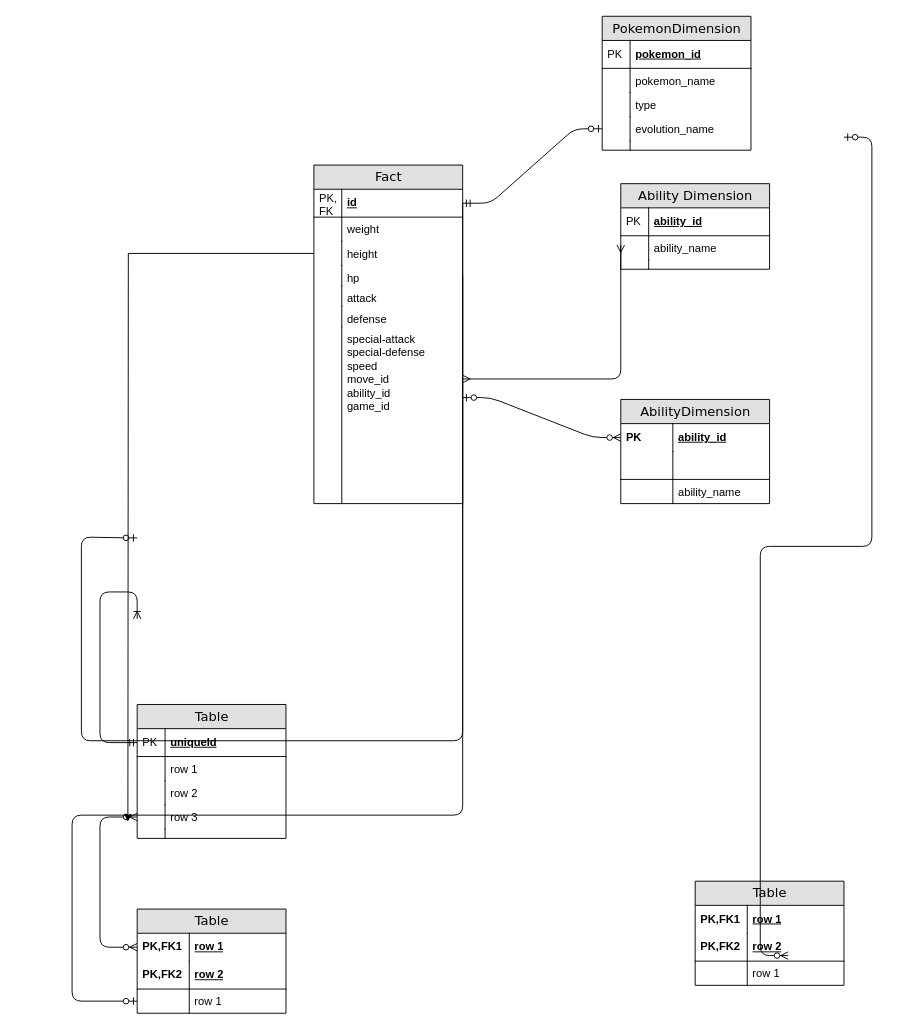
Before: Untitled Diagram.drawio in imranmahmood-mba/pokemon_spark_project, a draw.io diagram. Source tidied: cells renumbered, new cells numbered last; positions are measured from the earlier drawing's top-left corner, leaving out a move shared by most shapes. Both pictures are drawn from the tidied source at 93%, with x=0, y=0 at pixel (72, 16).
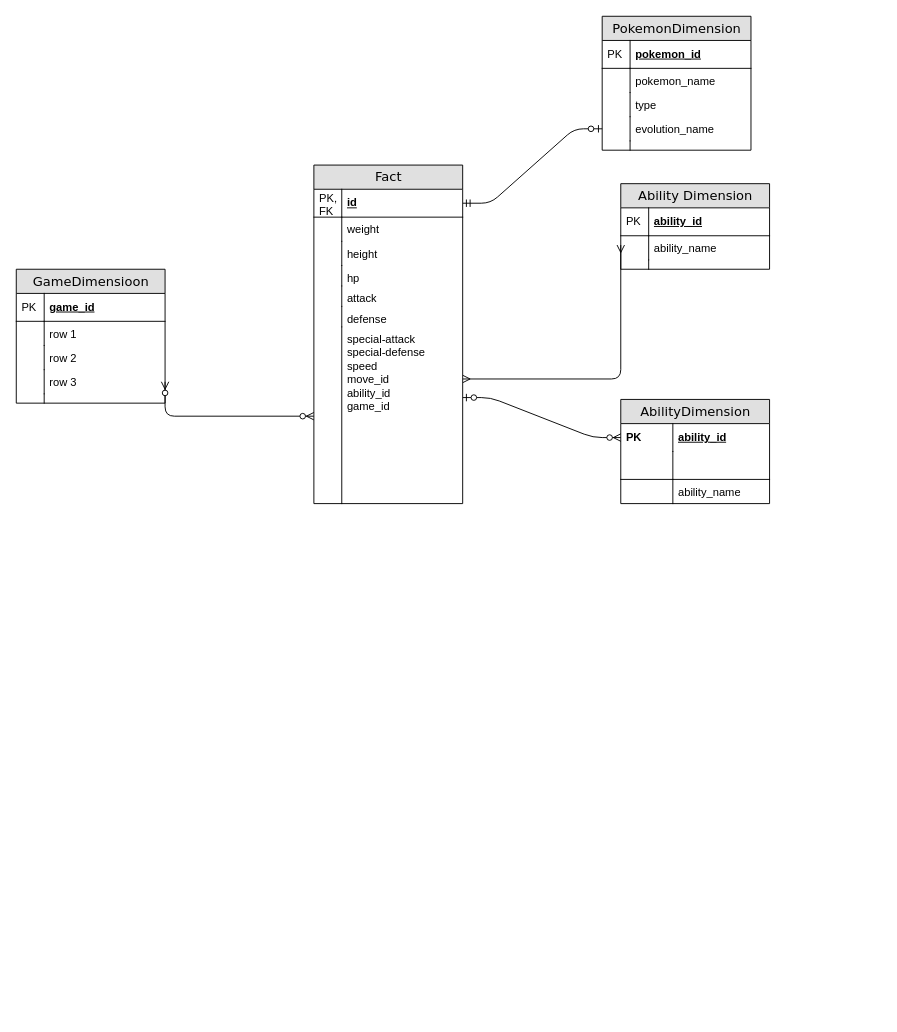
After the change.

Unchanged cells that the change refers to:
```xml
<mxCell id="16" value="row 3" style="shape=partialRectangle;top=0;left=0;right=0;bottom=0;html=1;align=left;verticalAlign=top;fillColor=none;spacingLeft=34;spacingRight=4;whiteSpace=wrap;overflow=hidden;points=[[0,0.5],[1,0.5]];portConstraint=eastwest;" parent="9" vertex="1">
  <mxGeometry y="108" width="160" height="26" as="geometry" />
</mxCell>
<mxCell id="59" value="id" style="shape=partialRectangle;top=0;left=0;right=0;bottom=1;html=1;align=left;verticalAlign=middle;fillColor=none;spacingLeft=34;spacingRight=4;whiteSpace=wrap;overflow=hidden;points=[[0,0.5],[1,0.5]];portConstraint=eastwest;fontStyle=5;" parent="58" vertex="1">
  <mxGeometry y="26" width="160" height="30" as="geometry" />
</mxCell>
<mxCell id="63" value="height" style="shape=partialRectangle;top=0;left=0;right=0;bottom=0;html=1;align=left;verticalAlign=top;fillColor=none;spacingLeft=34;spacingRight=4;whiteSpace=wrap;overflow=hidden;points=[[0,0.5],[1,0.5]];portConstraint=eastwest;" parent="58" vertex="1">
  <mxGeometry y="82" width="160" height="26" as="geometry" />
</mxCell>
<mxCell id="65" value="hp" style="shape=partialRectangle;top=0;left=0;right=0;bottom=0;html=1;align=left;verticalAlign=top;fillColor=none;spacingLeft=34;spacingRight=4;whiteSpace=wrap;overflow=hidden;points=[[0,0.5],[1,0.5]];portConstraint=eastwest;" parent="58" vertex="1">
  <mxGeometry y="108" width="160" height="22" as="geometry" />
</mxCell>
<mxCell id="71" value="special-attack&lt;br&gt;special-defense&lt;br&gt;speed&lt;br&gt;move_id&lt;br&gt;ability_id&lt;br&gt;game_id" style="shape=partialRectangle;top=0;left=0;right=0;bottom=0;html=1;align=left;verticalAlign=top;fillColor=none;spacingLeft=34;spacingRight=4;whiteSpace=wrap;overflow=hidden;points=[[0,0.5],[1,0.5]];portConstraint=eastwest;" parent="58" vertex="1">
  <mxGeometry y="174" width="160" height="190" as="geometry" />
</mxCell>
```

Change to the diagram source:
```diff
@@
-    <mxCell id="9" value="Table" style="swimlane;html=1;fontStyle=0;horizontal=1;startSize=26;fillColor=#e0e0e0;swimlaneFillColor=#ffffff;align=center;rounded=0;shadow=0;comic=0;labelBackgroundColor=none;strokeWidth=1;fontFamily=Verdana;fontSize=14;" parent="1" vertex="1">
-      <mxGeometry x="70" y="740" width="160" height="144" as="geometry" />
+    <mxCell id="9" value="GameDimensioon" style="swimlane;html=1;fontStyle=0;horizontal=1;startSize=26;fillColor=#e0e0e0;swimlaneFillColor=#ffffff;align=center;rounded=0;shadow=0;comic=0;labelBackgroundColor=none;strokeWidth=1;fontFamily=Verdana;fontSize=14;" parent="1" vertex="1">
+      <mxGeometry x="-60" y="272" width="160" height="144" as="geometry" />
     </mxCell>
-    <mxCell id="10" value="uniqueId" style="shape=partialRectangle;top=0;left=0;right=0;bottom=1;html=1;align=left;verticalAlign=middle;fillColor=none;spacingLeft=34;spacingRight=4;whiteSpace=wrap;overflow=hidden;points=[[0,0.5],[1,0.5]];portConstraint=eastwest;fontStyle=5;" parent="9" vertex="1">
+    <mxCell id="10" value="game_id" style="shape=partialRectangle;top=0;left=0;right=0;bottom=1;html=1;align=left;verticalAlign=middle;fillColor=none;spacingLeft=34;spacingRight=4;whiteSpace=wrap;overflow=hidden;points=[[0,0.5],[1,0.5]];portConstraint=eastwest;fontStyle=5;" parent="9" vertex="1">
       <mxGeometry y="26" width="160" height="30" as="geometry" />
     </mxCell>
@@
-    <mxCell id="38" value="Table" style="swimlane;html=1;fontStyle=0;horizontal=1;startSize=26;fillColor=#e0e0e0;swimlaneFillColor=#ffffff;align=center;rounded=0;shadow=0;comic=0;labelBackgroundColor=none;strokeWidth=1;fontFamily=Verdana;fontSize=14;" parent="1" vertex="1">
-      <mxGeometry x="70" y="960" width="160" height="112" as="geometry" />
-    </mxCell>
-    <mxCell id="39" value="row 1" style="shape=partialRectangle;top=0;left=0;right=0;bottom=0;html=1;align=left;verticalAlign=middle;fillColor=none;spacingLeft=60;spacingRight=4;whiteSpace=wrap;overflow=hidden;points=[[0,0.5],[1,0.5]];portConstraint=eastwest;fontStyle=5;" parent="38" vertex="1">
-      <mxGeometry y="26" width="160" height="30" as="geometry" />
-    </mxCell>
-    <mxCell id="40" value="PK,FK1" style="shape=partialRectangle;fontStyle=1;top=0;left=0;bottom=0;html=1;fillColor=none;align=left;verticalAlign=middle;spacingLeft=4;spacingRight=4;whiteSpace=wrap;overflow=hidden;" parent="39" vertex="1">
-      <mxGeometry width="56" height="30" as="geometry" />
-    </mxCell>
-    <mxCell id="41" value="row 2" style="shape=partialRectangle;top=0;left=0;right=0;bottom=1;html=1;align=left;verticalAlign=middle;fillColor=none;spacingLeft=60;spacingRight=4;whiteSpace=wrap;overflow=hidden;fontStyle=5;" parent="38" vertex="1">
-      <mxGeometry y="56" width="160" height="30" as="geometry" />
-    </mxCell>
-    <mxCell id="42" value="PK,FK2" style="shape=partialRectangle;fontStyle=1;top=0;left=0;bottom=0;html=1;fillColor=none;align=left;verticalAlign=middle;spacingLeft=4;spacingRight=4;whiteSpace=wrap;overflow=hidden;" parent="41" vertex="1">
-      <mxGeometry width="56" height="30" as="geometry" />
-    </mxCell>
-    <mxCell id="43" value="row 1" style="shape=partialRectangle;top=0;left=0;right=0;bottom=0;html=1;align=left;verticalAlign=top;fillColor=none;spacingLeft=60;spacingRight=4;whiteSpace=wrap;overflow=hidden;points=[[0,0.5],[1,0.5]];portConstraint=eastwest;" parent="38" vertex="1">
-      <mxGeometry y="86" width="160" height="26" as="geometry" />
-    </mxCell>
-    <mxCell id="44" style="shape=partialRectangle;top=0;left=0;bottom=0;html=1;fillColor=none;align=left;verticalAlign=top;spacingLeft=4;spacingRight=4;whiteSpace=wrap;overflow=hidden;" parent="43" vertex="1">
-      <mxGeometry width="56" height="26" as="geometry" />
-    </mxCell>
-    <mxCell id="45" style="edgeStyle=orthogonalEdgeStyle;html=1;endArrow=ERoneToMany;startArrow=ERmandOne;labelBackgroundColor=none;fontFamily=Verdana;fontSize=14;entryX=0;entryY=0.5;exitX=0;exitY=0.5;" parent="1" edge="1" source="10">
-      <mxGeometry relative="1" as="geometry">
-        <mxPoint x="70" y="648" as="targetPoint" />
-        <Array as="points">
-          <mxPoint x="30" y="781" />
-          <mxPoint x="30" y="619" />
-        </Array>
-      </mxGeometry>
-    </mxCell>
-    <mxCell id="46" style="edgeStyle=orthogonalEdgeStyle;html=1;endArrow=ERzeroToMany;endFill=1;startArrow=ERzeroToMany;labelBackgroundColor=none;fontFamily=Verdana;fontSize=14;entryX=0;entryY=0.5;exitX=0;exitY=0.5;" parent="1" edge="1" source="39" target="16">
+    <mxCell id="46" style="edgeStyle=orthogonalEdgeStyle;html=1;endArrow=ERzeroToMany;endFill=1;startArrow=ERzeroToMany;labelBackgroundColor=none;fontFamily=Verdana;fontSize=14;entryX=1;entryY=0.5;entryDx=0;entryDy=0;" parent="1" edge="1" source="71" target="16">
       <mxGeometry relative="1" as="geometry">
         <Array as="points">
-          <mxPoint x="30" y="1001" />
-          <mxPoint x="30" y="861" />
+          <mxPoint x="100" y="430" />
         </Array>
       </mxGeometry>
     </mxCell>
@@
-    <mxCell id="50" value="Table" style="swimlane;html=1;fontStyle=0;horizontal=1;startSize=26;fillColor=#e0e0e0;swimlaneFillColor=#ffffff;align=center;rounded=0;shadow=0;comic=0;labelBackgroundColor=none;strokeWidth=1;fontFamily=Verdana;fontSize=14;" parent="1" vertex="1">
-      <mxGeometry x="670" y="930" width="160" height="112" as="geometry" />
-    </mxCell>
-    <mxCell id="51" value="row 1" style="shape=partialRectangle;top=0;left=0;right=0;bottom=0;html=1;align=left;verticalAlign=middle;fillColor=none;spacingLeft=60;spacingRight=4;whiteSpace=wrap;overflow=hidden;fontStyle=5;" parent="50" vertex="1">
-      <mxGeometry y="26" width="160" height="30" as="geometry" />
-    </mxCell>
-    <mxCell id="52" value="PK,FK1" style="shape=partialRectangle;fontStyle=1;top=0;left=0;bottom=0;html=1;fillColor=none;align=left;verticalAlign=middle;spacingLeft=4;spacingRight=4;whiteSpace=wrap;overflow=hidden;" parent="51" vertex="1">
-      <mxGeometry width="56" height="30" as="geometry" />
-    </mxCell>
-    <mxCell id="53" value="row 2" style="shape=partialRectangle;top=0;left=0;right=0;bottom=1;html=1;align=left;verticalAlign=middle;fillColor=none;spacingLeft=60;spacingRight=4;whiteSpace=wrap;overflow=hidden;fontStyle=5;" parent="50" vertex="1">
-      <mxGeometry y="56" width="160" height="30" as="geometry" />
-    </mxCell>
-    <mxCell id="54" value="PK,FK2" style="shape=partialRectangle;fontStyle=1;top=0;left=0;bottom=0;html=1;fillColor=none;align=left;verticalAlign=middle;spacingLeft=4;spacingRight=4;whiteSpace=wrap;overflow=hidden;" parent="53" vertex="1">
-      <mxGeometry width="56" height="30" as="geometry" />
-    </mxCell>
-    <mxCell id="55" value="row 1" style="shape=partialRectangle;top=0;left=0;right=0;bottom=0;html=1;align=left;verticalAlign=top;fillColor=none;spacingLeft=60;spacingRight=4;whiteSpace=wrap;overflow=hidden;" parent="50" vertex="1">
-      <mxGeometry y="86" width="160" height="26" as="geometry" />
-    </mxCell>
-    <mxCell id="56" style="shape=partialRectangle;top=0;left=0;bottom=0;html=1;fillColor=none;align=left;verticalAlign=top;spacingLeft=4;spacingRight=4;whiteSpace=wrap;overflow=hidden;" parent="55" vertex="1">
-      <mxGeometry width="56" height="26" as="geometry" />
-    </mxCell>
-    <mxCell id="57" style="edgeStyle=entityRelationEdgeStyle;html=1;endArrow=ERzeroToMany;startArrow=ERzeroToOne;labelBackgroundColor=none;fontFamily=Verdana;fontSize=14;entryX=0;entryY=0.5;exitX=1;exitY=0.5;" parent="1" edge="1">
-      <mxGeometry relative="1" as="geometry">
-        <mxPoint x="830" y="130" as="sourcePoint" />
-        <mxPoint x="770" y="1010" as="targetPoint" />
-      </mxGeometry>
-    </mxCell>
@@
-    <mxCell id="73" style="edgeStyle=orthogonalEdgeStyle;html=1;endArrow=ERzeroToOne;endFill=1;labelBackgroundColor=none;fontFamily=Verdana;fontSize=14;entryX=0;entryY=0.5;exitX=1;exitY=0.5;" parent="1" edge="1" source="59">
-      <mxGeometry relative="1" as="geometry">
-        <mxPoint x="70" y="561" as="targetPoint" />
-        <Array as="points">
-          <mxPoint x="10" y="779" />
-          <mxPoint x="10" y="560" />
-        </Array>
-      </mxGeometry>
-    </mxCell>
-    <mxCell id="74" style="edgeStyle=orthogonalEdgeStyle;html=1;endArrow=ERzeroToOne;endFill=1;labelBackgroundColor=none;fontFamily=Verdana;fontSize=14;entryX=0;entryY=0.5;exitX=1;exitY=0.5;" parent="1" edge="1" source="65" target="43">
-      <mxGeometry relative="1" as="geometry">
-        <Array as="points">
-          <mxPoint y="859" />
-          <mxPoint y="1059" />
-        </Array>
-      </mxGeometry>
-    </mxCell>
-    <mxCell id="75" style="edgeStyle=orthogonalEdgeStyle;rounded=0;jettySize=auto;html=1;" parent="1" edge="1" source="63">
-      <mxGeometry relative="1" as="geometry">
-        <mxPoint x="60" y="866" as="targetPoint" />
-      </mxGeometry>
-    </mxCell>
```
